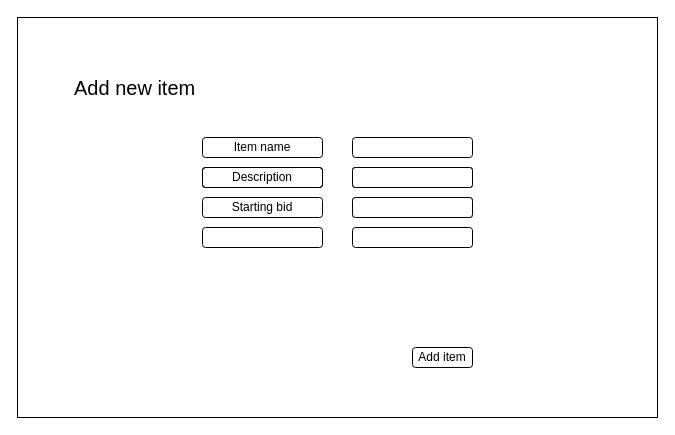
Before: NewItem_page.drawio in malshan1998/draw.io, a draw.io diagram. Source tidied: cells renumbered, new cells numbered last; positions are measured from the earlier drawing's top-left corner, leaving out a move shared by most shapes. Both pictures are drawn from the tidied source at 100%, with x=0, y=0 at pixel (17, 17).
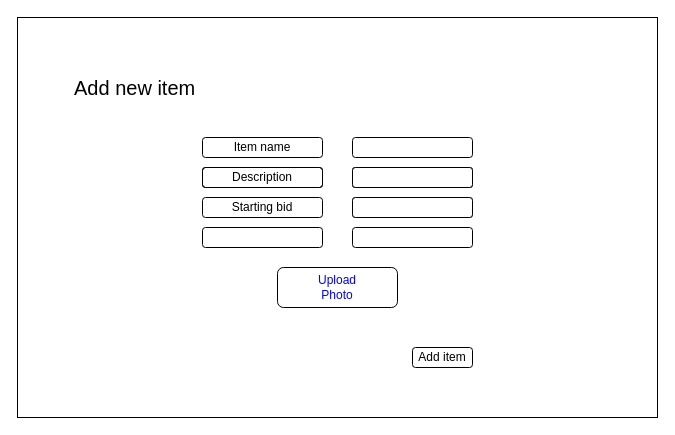
After the change.

Diff of the diagram source:
```diff
@@
 <mxGraphModel>
   <root>
     <mxCell id="0" />
     <mxCell id="1" parent="0" />
     <mxCell id="2" style="rounded=0;whiteSpace=wrap;html=1;fillColor=none;" parent="1" vertex="1">
       <mxGeometry width="640" height="400" as="geometry" />
     </mxCell>
     <mxCell id="3" style="rounded=1;whiteSpace=wrap;html=1;" parent="1" vertex="1">
       <mxGeometry x="335" y="120" width="120" height="20" as="geometry" />
     </mxCell>
     <mxCell id="4" style="rounded=1;whiteSpace=wrap;html=1;align=left;" parent="1" vertex="1">
       <mxGeometry x="335" y="150" width="120" height="20" as="geometry" />
     </mxCell>
     <mxCell id="5" style="rounded=1;whiteSpace=wrap;html=1;align=left;" parent="1" vertex="1">
       <mxGeometry x="335" y="180" width="120" height="20" as="geometry" />
     </mxCell>
     <mxCell id="6" value="Add new item" style="rounded=0;whiteSpace=wrap;html=1;fillColor=none;strokeColor=none;fontSize=20;align=left;" parent="1" vertex="1">
       <mxGeometry x="55" y="40" width="190" height="60" as="geometry" />
     </mxCell>
     <mxCell id="7" style="rounded=1;whiteSpace=wrap;html=1;fillColor=none;" parent="1" vertex="1">
       <mxGeometry x="185" y="150" width="120" height="20" as="geometry" />
     </mxCell>
     <mxCell id="8" value="Starting bid" style="rounded=1;whiteSpace=wrap;html=1;fillColor=none;" parent="1" vertex="1">
       <mxGeometry x="185" y="180" width="120" height="20" as="geometry" />
     </mxCell>
     <mxCell id="9" value="Item name" style="rounded=1;whiteSpace=wrap;html=1;fillColor=none;" parent="1" vertex="1">
       <mxGeometry x="185" y="120" width="120" height="20" as="geometry" />
     </mxCell>
     <mxCell id="10" value="Description" style="rounded=1;whiteSpace=wrap;html=1;fillColor=none;" parent="1" vertex="1">
       <mxGeometry x="185" y="150" width="120" height="20" as="geometry" />
     </mxCell>
     <mxCell id="11" style="rounded=1;whiteSpace=wrap;html=1;align=left;" parent="1" vertex="1">
       <mxGeometry x="335" y="150" width="120" height="20" as="geometry" />
     </mxCell>
     <mxCell id="12" style="rounded=1;whiteSpace=wrap;html=1;align=left;" parent="1" vertex="1">
       <mxGeometry x="335" y="180" width="120" height="20" as="geometry" />
     </mxCell>
     <mxCell id="13" style="rounded=1;whiteSpace=wrap;html=1;align=left;" parent="1" vertex="1">
       <mxGeometry x="335" y="150" width="120" height="20" as="geometry" />
     </mxCell>
     <mxCell id="14" style="rounded=1;whiteSpace=wrap;html=1;fillColor=none;" parent="1" vertex="1">
       <mxGeometry x="185" y="210" width="120" height="20" as="geometry" />
     </mxCell>
     <mxCell id="15" style="rounded=1;whiteSpace=wrap;html=1;align=left;" parent="1" vertex="1">
       <mxGeometry x="335" y="210" width="120" height="20" as="geometry" />
     </mxCell>
     <mxCell id="16" value="Add item" style="rounded=1;whiteSpace=wrap;html=1;fillColor=none;" parent="1" vertex="1">
       <mxGeometry x="395" y="330" width="60" height="20" as="geometry" />
     </mxCell>
+    <mxCell id="17" value="&lt;div&gt;&lt;font color=&quot;#0000ff&quot;&gt;Upload&lt;/font&gt;&lt;/div&gt;&lt;div&gt;&lt;font color=&quot;#0000ff&quot;&gt;Photo&lt;br&gt;&lt;/font&gt;&lt;/div&gt;" style="rounded=1;whiteSpace=wrap;html=1;" parent="1" vertex="1">
+      <mxGeometry x="260" y="250" width="120" height="40" as="geometry" />
+    </mxCell>
   </root>
 </mxGraphModel>
```
